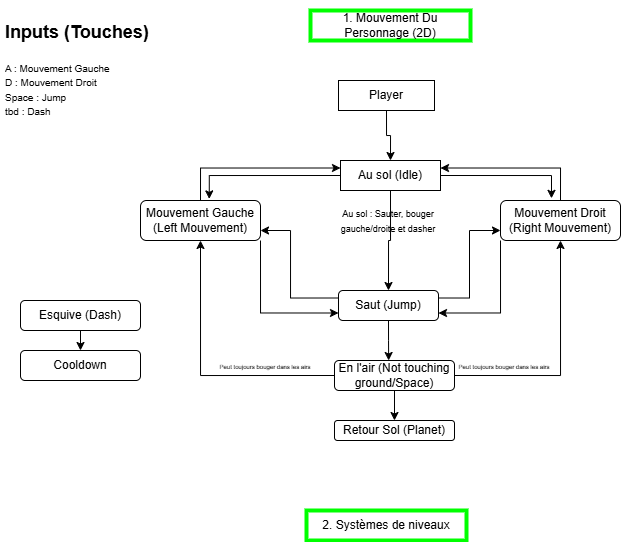
Earlier version of the draw.io export CharacterMovement.png (Ti-Loup/Total-Battle-2D). Source tidied: cells renumbered, new cells last; positions are measured from the earlier drawing's top-left corner, leaving out a move shared by most shapes. Its diagram source:
```xml
<mxGraphModel>
  <root>
    <mxCell id="0" />
    <mxCell id="1" parent="0" />
    <mxCell id="2" value="1. Mouvement Du Personnage (2D)" style="text;html=1;strokeColor=#00FF00;fillColor=none;align=center;verticalAlign=middle;whiteSpace=wrap;rounded=0;strokeWidth=4;" parent="1" vertex="1">
      <mxGeometry x="310" width="160" height="30" as="geometry" />
    </mxCell>
    <mxCell id="3" style="edgeStyle=orthogonalEdgeStyle;rounded=0;jettySize=auto;html=1;exitX=0.5;exitY=1;exitDx=0;exitDy=0;entryX=0.5;entryY=0;entryDx=0;entryDy=0;" parent="1" edge="1" source="4" target="6">
      <mxGeometry relative="1" as="geometry" />
    </mxCell>
    <mxCell id="4" value="Player" style="rounded=0;whiteSpace=wrap;html=1;" parent="1" vertex="1">
      <mxGeometry x="338" y="70" width="96" height="30" as="geometry" />
    </mxCell>
    <mxCell id="5" style="edgeStyle=orthogonalEdgeStyle;rounded=0;jettySize=auto;html=1;exitX=0.5;exitY=1;exitDx=0;exitDy=0;entryX=0.5;entryY=0;entryDx=0;entryDy=0;" parent="1" edge="1" source="6" target="10">
      <mxGeometry relative="1" as="geometry" />
    </mxCell>
    <mxCell id="6" value="Au sol (Idle)" style="rounded=0;whiteSpace=wrap;html=1;" parent="1" vertex="1">
      <mxGeometry x="340" y="150" width="100" height="30" as="geometry" />
    </mxCell>
    <mxCell id="7" style="edgeStyle=orthogonalEdgeStyle;rounded=0;jettySize=auto;html=1;exitX=1;exitY=0.25;exitDx=0;exitDy=0;entryX=0;entryY=0.75;entryDx=0;entryDy=0;" parent="1" edge="1" source="10" target="16">
      <mxGeometry relative="1" as="geometry" />
    </mxCell>
    <mxCell id="8" style="edgeStyle=orthogonalEdgeStyle;rounded=0;jettySize=auto;html=1;exitX=0;exitY=0.25;exitDx=0;exitDy=0;entryX=1;entryY=0.75;entryDx=0;entryDy=0;" parent="1" edge="1" source="10" target="13">
      <mxGeometry relative="1" as="geometry">
        <Array as="points">
          <mxPoint x="290" y="287" />
          <mxPoint x="290" y="220" />
        </Array>
      </mxGeometry>
    </mxCell>
    <mxCell id="9" style="edgeStyle=orthogonalEdgeStyle;rounded=0;jettySize=auto;html=1;exitX=0.5;exitY=1;exitDx=0;exitDy=0;" parent="1" edge="1" source="10">
      <mxGeometry relative="1" as="geometry">
        <mxPoint x="388.1" y="350" as="targetPoint" />
      </mxGeometry>
    </mxCell>
    <mxCell id="10" value="Saut (Jump)" style="rounded=1;whiteSpace=wrap;html=1;" parent="1" vertex="1">
      <mxGeometry x="338" y="280" width="100" height="30" as="geometry" />
    </mxCell>
    <mxCell id="11" style="edgeStyle=orthogonalEdgeStyle;rounded=0;jettySize=auto;html=1;exitX=1;exitY=1;exitDx=0;exitDy=0;entryX=0;entryY=0.75;entryDx=0;entryDy=0;" parent="1" edge="1" source="13" target="10">
      <mxGeometry relative="1" as="geometry" />
    </mxCell>
    <mxCell id="12" style="edgeStyle=orthogonalEdgeStyle;rounded=0;jettySize=auto;html=1;exitX=0.5;exitY=0;exitDx=0;exitDy=0;entryX=0;entryY=0.25;entryDx=0;entryDy=0;" parent="1" edge="1" source="13" target="6">
      <mxGeometry relative="1" as="geometry" />
    </mxCell>
    <mxCell id="13" value="Mouvement Gauche&lt;br&gt;(Left Mouvement)" style="rounded=1;whiteSpace=wrap;html=1;" parent="1" vertex="1">
      <mxGeometry x="140" y="190" width="120" height="40" as="geometry" />
    </mxCell>
    <mxCell id="14" style="edgeStyle=orthogonalEdgeStyle;rounded=0;jettySize=auto;html=1;exitX=0;exitY=1;exitDx=0;exitDy=0;entryX=1;entryY=0.75;entryDx=0;entryDy=0;" parent="1" edge="1" source="16" target="10">
      <mxGeometry relative="1" as="geometry" />
    </mxCell>
    <mxCell id="15" style="edgeStyle=orthogonalEdgeStyle;rounded=0;jettySize=auto;html=1;exitX=0.5;exitY=0;exitDx=0;exitDy=0;entryX=1;entryY=0.25;entryDx=0;entryDy=0;" parent="1" edge="1" source="16" target="6">
      <mxGeometry relative="1" as="geometry" />
    </mxCell>
    <mxCell id="16" value="Mouvement Droit&lt;br&gt;(Right Mouvement)" style="rounded=1;whiteSpace=wrap;html=1;" parent="1" vertex="1">
      <mxGeometry x="500" y="190" width="120" height="40" as="geometry" />
    </mxCell>
    <mxCell id="17" style="edgeStyle=orthogonalEdgeStyle;rounded=0;jettySize=auto;html=1;exitX=0;exitY=0.5;exitDx=0;exitDy=0;entryX=0.573;entryY=-0.04;entryDx=0;entryDy=0;entryPerimeter=0;" parent="1" edge="1" source="6" target="13">
      <mxGeometry relative="1" as="geometry" />
    </mxCell>
    <mxCell id="18" style="edgeStyle=orthogonalEdgeStyle;rounded=0;jettySize=auto;html=1;exitX=1;exitY=0.5;exitDx=0;exitDy=0;entryX=0.425;entryY=-0.054;entryDx=0;entryDy=0;entryPerimeter=0;" parent="1" edge="1" source="6" target="16">
      <mxGeometry relative="1" as="geometry" />
    </mxCell>
    <mxCell id="19" style="edgeStyle=orthogonalEdgeStyle;rounded=0;jettySize=auto;html=1;exitX=0;exitY=0.5;exitDx=0;exitDy=0;entryX=0.5;entryY=1;entryDx=0;entryDy=0;" parent="1" edge="1" source="22" target="13">
      <mxGeometry relative="1" as="geometry" />
    </mxCell>
    <mxCell id="20" style="edgeStyle=orthogonalEdgeStyle;rounded=0;jettySize=auto;html=1;exitX=1;exitY=0.5;exitDx=0;exitDy=0;entryX=0.5;entryY=1;entryDx=0;entryDy=0;" parent="1" edge="1" source="22" target="16">
      <mxGeometry relative="1" as="geometry" />
    </mxCell>
    <mxCell id="21" style="edgeStyle=orthogonalEdgeStyle;rounded=0;jettySize=auto;html=1;exitX=0.5;exitY=1;exitDx=0;exitDy=0;entryX=0.5;entryY=0;entryDx=0;entryDy=0;" parent="1" edge="1" source="22" target="26">
      <mxGeometry relative="1" as="geometry" />
    </mxCell>
    <mxCell id="22" value="En l'air (Not touching ground/Space)" style="rounded=1;whiteSpace=wrap;html=1;" parent="1" vertex="1">
      <mxGeometry x="334" y="350" width="120" height="30" as="geometry" />
    </mxCell>
    <mxCell id="23" value="&lt;font style=&quot;font-size: 6px;&quot;&gt;Peut toujours bouger dans les airs&lt;/font&gt;" style="text;html=1;strokeColor=none;fillColor=none;align=center;verticalAlign=middle;whiteSpace=wrap;rounded=0;" parent="1" vertex="1">
      <mxGeometry x="210" y="350" width="110" height="10" as="geometry" />
    </mxCell>
    <mxCell id="24" value="&lt;font style=&quot;font-size: 6px;&quot;&gt;Peut toujours bouger dans les airs&lt;/font&gt;" style="text;html=1;strokeColor=none;fillColor=none;align=center;verticalAlign=middle;whiteSpace=wrap;rounded=0;" parent="1" vertex="1">
      <mxGeometry x="454" y="350" width="100" height="10" as="geometry" />
    </mxCell>
    <mxCell id="25" value="&lt;h1&gt;&lt;font style=&quot;font-size: 18px;&quot;&gt;Inputs (Touches)&lt;/font&gt;&lt;/h1&gt;&lt;div&gt;&lt;font style=&quot;font-size: 10px;&quot;&gt;A : Mouvement Gauche&lt;/font&gt;&lt;/div&gt;&lt;div&gt;&lt;font style=&quot;font-size: 10px;&quot;&gt;D : Mouvement Droit&lt;/font&gt;&lt;/div&gt;&lt;div&gt;&lt;font style=&quot;font-size: 10px;&quot;&gt;Space : Jump&lt;/font&gt;&lt;/div&gt;&lt;div&gt;&lt;font style=&quot;font-size: 10px;&quot;&gt;tbd : Dash&lt;/font&gt;&lt;/div&gt;&lt;div&gt;&lt;/div&gt;&lt;div&gt;&lt;/div&gt;&lt;div&gt;&lt;/div&gt;&lt;div style=&quot;&quot;&gt;&lt;/div&gt;&lt;div&gt;&lt;/div&gt;&lt;div&gt;&lt;/div&gt;&lt;div&gt;&lt;/div&gt;&lt;div&gt;&lt;/div&gt;&lt;p&gt;&lt;/p&gt;" style="text;html=1;strokeColor=none;fillColor=none;spacing=5;spacingTop=-20;whiteSpace=wrap;overflow=hidden;rounded=0;" parent="1" vertex="1">
      <mxGeometry width="160" height="170" as="geometry" />
    </mxCell>
    <mxCell id="26" value="Retour Sol (Planet)" style="rounded=1;whiteSpace=wrap;html=1;" parent="1" vertex="1">
      <mxGeometry x="334" y="410" width="120" height="20" as="geometry" />
    </mxCell>
    <mxCell id="27" value="&lt;font style=&quot;font-size: 9px;&quot;&gt;Au sol : Sauter, bouger gauche/droite et dasher&lt;/font&gt;" style="text;html=1;strokeColor=none;fillColor=none;align=center;verticalAlign=middle;whiteSpace=wrap;rounded=0;" parent="1" vertex="1">
      <mxGeometry x="330" y="195" width="116" height="30" as="geometry" />
    </mxCell>
    <mxCell id="28" style="edgeStyle=orthogonalEdgeStyle;rounded=0;jettySize=auto;html=1;exitX=0.5;exitY=1;exitDx=0;exitDy=0;entryX=0.5;entryY=0;entryDx=0;entryDy=0;" parent="1" edge="1" source="29" target="30">
      <mxGeometry relative="1" as="geometry" />
    </mxCell>
    <mxCell id="29" value="Esquive (Dash)" style="rounded=1;whiteSpace=wrap;html=1;" parent="1" vertex="1">
      <mxGeometry x="20" y="290" width="120" height="30" as="geometry" />
    </mxCell>
    <mxCell id="30" value="Cooldown" style="rounded=1;whiteSpace=wrap;html=1;" parent="1" vertex="1">
      <mxGeometry x="20" y="340" width="120" height="30" as="geometry" />
    </mxCell>
    <mxCell id="31" value="2. Systèmes de niveaux" style="text;html=1;strokeColor=#00FF00;fillColor=none;align=center;verticalAlign=middle;whiteSpace=wrap;rounded=0;strokeWidth=4;" parent="1" vertex="1">
      <mxGeometry x="306" y="500" width="160" height="30" as="geometry" />
    </mxCell>
  </root>
</mxGraphModel>
```
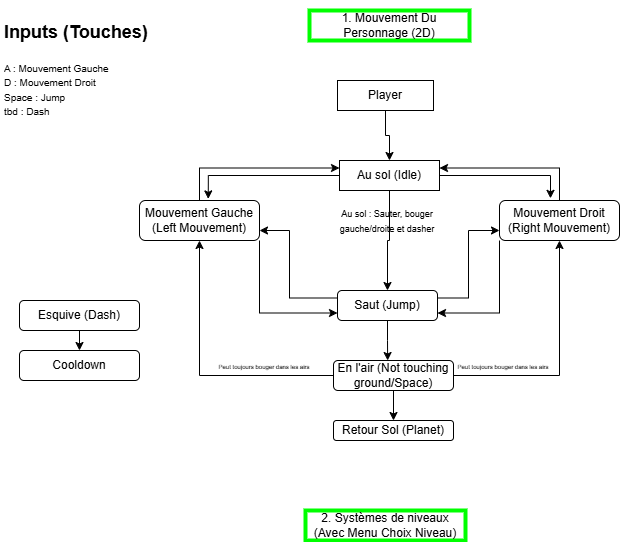
The same diagram one commit later.

The edit, as a diff of the source:
```diff
@@ -96,7 +96,7 @@
     <mxCell id="30" value="Cooldown" style="rounded=1;whiteSpace=wrap;html=1;" parent="1" vertex="1">
       <mxGeometry x="20" y="340" width="120" height="30" as="geometry" />
     </mxCell>
-    <mxCell id="31" value="2. Systèmes de niveaux" style="text;html=1;strokeColor=#00FF00;fillColor=none;align=center;verticalAlign=middle;whiteSpace=wrap;rounded=0;strokeWidth=4;" parent="1" vertex="1">
+    <mxCell id="31" value="2. Systèmes de niveaux (Avec Menu Choix Niveau)" style="text;html=1;strokeColor=#00FF00;fillColor=none;align=center;verticalAlign=middle;whiteSpace=wrap;rounded=0;strokeWidth=4;" parent="1" vertex="1">
       <mxGeometry x="306" y="500" width="160" height="30" as="geometry" />
     </mxCell>
   </root>
```
